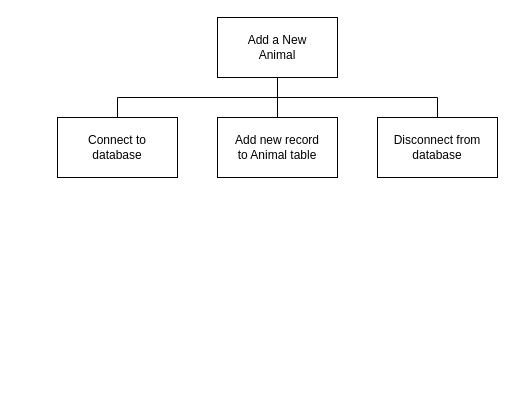
MrFriendCS/MrFriendCS.github.io keeps this draw.io diagram as page "sd1" (8 of 10) of ah-cs/sdd/AH-SDD-Animals/assets/diagrams/AH-SDD-Animals.drawio. Above is the earlier version. Source tidied: cells renumbered, new cells numbered last; positions are measured from the earlier drawing's top-left corner, leaving out a move shared by most shapes. Both pictures are drawn from the tidied source at 100%, with x=0, y=0 at pixel (57, 17).
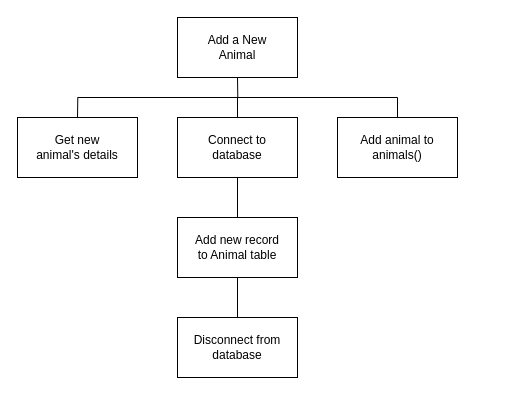
The same diagram, later.

What changed in the source:
```diff
@@
 <mxGraphModel>
   <root>
     <mxCell id="0" />
     <mxCell id="1" parent="0" />
-    <mxCell id="2" style="edgeStyle=orthogonalEdgeStyle;rounded=0;jettySize=auto;html=1;exitX=0.5;exitY=1;exitDx=0;exitDy=0;endArrow=none;endFill=0;" parent="1" edge="1" source="3">
-      <mxGeometry relative="1" as="geometry">
-        <mxPoint x="220" y="80" as="targetPoint" />
-      </mxGeometry>
-    </mxCell>
+    <mxCell id="11" style="edgeStyle=none;shape=connector;rounded=0;jettySize=auto;html=1;exitX=0.5;exitY=1;exitDx=0;exitDy=0;strokeColor=default;align=center;verticalAlign=middle;fontFamily=Helvetica;fontSize=11;fontColor=default;labelBackgroundColor=default;endArrow=none;endFill=0;" parent="1" edge="1" source="3">
+      <mxGeometry relative="1" as="geometry">
+        <mxPoint x="180.3" y="80" as="targetPoint" />
+      </mxGeometry>
+    </mxCell>
     <mxCell id="3" value="Add a New&lt;div&gt;Animal&lt;/div&gt;" style="rounded=0;whiteSpace=wrap;html=1;fillColor=none;" parent="1" vertex="1">
-      <mxGeometry x="160" width="120" height="60" as="geometry" />
+      <mxGeometry x="120" width="120" height="60" as="geometry" />
     </mxCell>
     <mxCell id="4" style="edgeStyle=orthogonalEdgeStyle;shape=connector;rounded=0;jettySize=auto;html=1;exitX=0.5;exitY=0;exitDx=0;exitDy=0;strokeColor=default;align=center;verticalAlign=middle;fontFamily=Helvetica;fontSize=11;fontColor=default;labelBackgroundColor=default;endArrow=none;endFill=0;" parent="1" edge="1" source="5">
       <mxGeometry relative="1" as="geometry">
-        <mxPoint x="60" y="80" as="targetPoint" />
+        <mxPoint x="180" y="80" as="targetPoint" />
       </mxGeometry>
     </mxCell>
+    <mxCell id="12" style="edgeStyle=none;shape=connector;rounded=0;jettySize=auto;html=1;exitX=0.5;exitY=1;exitDx=0;exitDy=0;entryX=0.5;entryY=0;entryDx=0;entryDy=0;strokeColor=default;align=center;verticalAlign=middle;fontFamily=Helvetica;fontSize=11;fontColor=default;labelBackgroundColor=default;endArrow=none;endFill=0;" parent="1" edge="1" source="5" target="7">
+      <mxGeometry relative="1" as="geometry" />
+    </mxCell>
     <mxCell id="5" value="Connect to&lt;div&gt;database&lt;/div&gt;" style="rounded=0;whiteSpace=wrap;html=1;fillColor=none;" parent="1" vertex="1">
-      <mxGeometry y="100" width="120" height="60" as="geometry" />
+      <mxGeometry x="120" y="100" width="120" height="60" as="geometry" />
     </mxCell>
-    <mxCell id="6" style="edgeStyle=orthogonalEdgeStyle;shape=connector;rounded=0;jettySize=auto;html=1;exitX=0.5;exitY=0;exitDx=0;exitDy=0;strokeColor=default;align=center;verticalAlign=middle;fontFamily=Helvetica;fontSize=11;fontColor=default;labelBackgroundColor=default;endArrow=none;endFill=0;" parent="1" edge="1" source="7">
-      <mxGeometry relative="1" as="geometry">
-        <mxPoint x="220" y="80" as="targetPoint" />
-      </mxGeometry>
-    </mxCell>
+    <mxCell id="13" style="edgeStyle=none;shape=connector;rounded=0;jettySize=auto;html=1;exitX=0.5;exitY=1;exitDx=0;exitDy=0;entryX=0.5;entryY=0;entryDx=0;entryDy=0;strokeColor=default;align=center;verticalAlign=middle;fontFamily=Helvetica;fontSize=11;fontColor=default;labelBackgroundColor=default;endArrow=none;endFill=0;" parent="1" edge="1" source="7" target="10">
+      <mxGeometry relative="1" as="geometry" />
+    </mxCell>
     <mxCell id="7" value="Add new record&lt;div&gt;to Animal table&lt;/div&gt;" style="rounded=0;whiteSpace=wrap;html=1;fillColor=none;" parent="1" vertex="1">
-      <mxGeometry x="160" y="100" width="120" height="60" as="geometry" />
+      <mxGeometry x="120" y="200" width="120" height="60" as="geometry" />
     </mxCell>
     <mxCell id="8" style="endArrow=none;html=1;rounded=0;" parent="1" edge="1">
       <mxGeometry relative="1" as="geometry">
-        <mxPoint x="60" y="80" as="sourcePoint" />
-        <mxPoint x="380" y="80" as="targetPoint" />
+        <mxPoint x="20" y="80" as="sourcePoint" />
+        <mxPoint x="340" y="80" as="targetPoint" />
       </mxGeometry>
     </mxCell>
-    <mxCell id="9" style="edgeStyle=orthogonalEdgeStyle;rounded=0;jettySize=auto;html=1;exitX=0.5;exitY=0;exitDx=0;exitDy=0;endArrow=none;endFill=0;" parent="1" edge="1" source="10">
-      <mxGeometry relative="1" as="geometry">
-        <mxPoint x="380" y="80" as="targetPoint" />
-      </mxGeometry>
-    </mxCell>
     <mxCell id="10" value="Disconnect from&lt;div&gt;database&lt;/div&gt;" style="rounded=0;whiteSpace=wrap;html=1;fillColor=none;" parent="1" vertex="1">
-      <mxGeometry x="320" y="100" width="120" height="60" as="geometry" />
+      <mxGeometry x="120" y="300" width="120" height="60" as="geometry" />
     </mxCell>
+    <mxCell id="14" style="rounded=0;jettySize=auto;html=1;exitX=0.5;exitY=0;exitDx=0;exitDy=0;endArrow=none;endFill=0;" parent="1" edge="1" source="15">
+      <mxGeometry relative="1" as="geometry">
+        <mxPoint x="340" y="80" as="targetPoint" />
+      </mxGeometry>
+    </mxCell>
+    <mxCell id="15" value="Add animal to&lt;div&gt;animals()&lt;/div&gt;" style="rounded=0;whiteSpace=wrap;html=1;fillColor=none;" parent="1" vertex="1">
+      <mxGeometry x="280" y="100" width="120" height="60" as="geometry" />
+    </mxCell>
+    <mxCell id="16" style="edgeStyle=none;shape=connector;rounded=0;jettySize=auto;html=1;exitX=0.5;exitY=0;exitDx=0;exitDy=0;strokeColor=default;align=center;verticalAlign=middle;fontFamily=Helvetica;fontSize=11;fontColor=default;labelBackgroundColor=default;endArrow=none;endFill=0;" parent="1" edge="1" source="17">
+      <mxGeometry relative="1" as="geometry">
+        <mxPoint x="20.3" y="80" as="targetPoint" />
+      </mxGeometry>
+    </mxCell>
+    <mxCell id="17" value="Get new&lt;div&gt;animal's details&lt;/div&gt;" style="rounded=0;whiteSpace=wrap;html=1;fillColor=none;" parent="1" vertex="1">
+      <mxGeometry x="-40" y="100" width="120" height="60" as="geometry" />
+    </mxCell>
   </root>
 </mxGraphModel>
```
